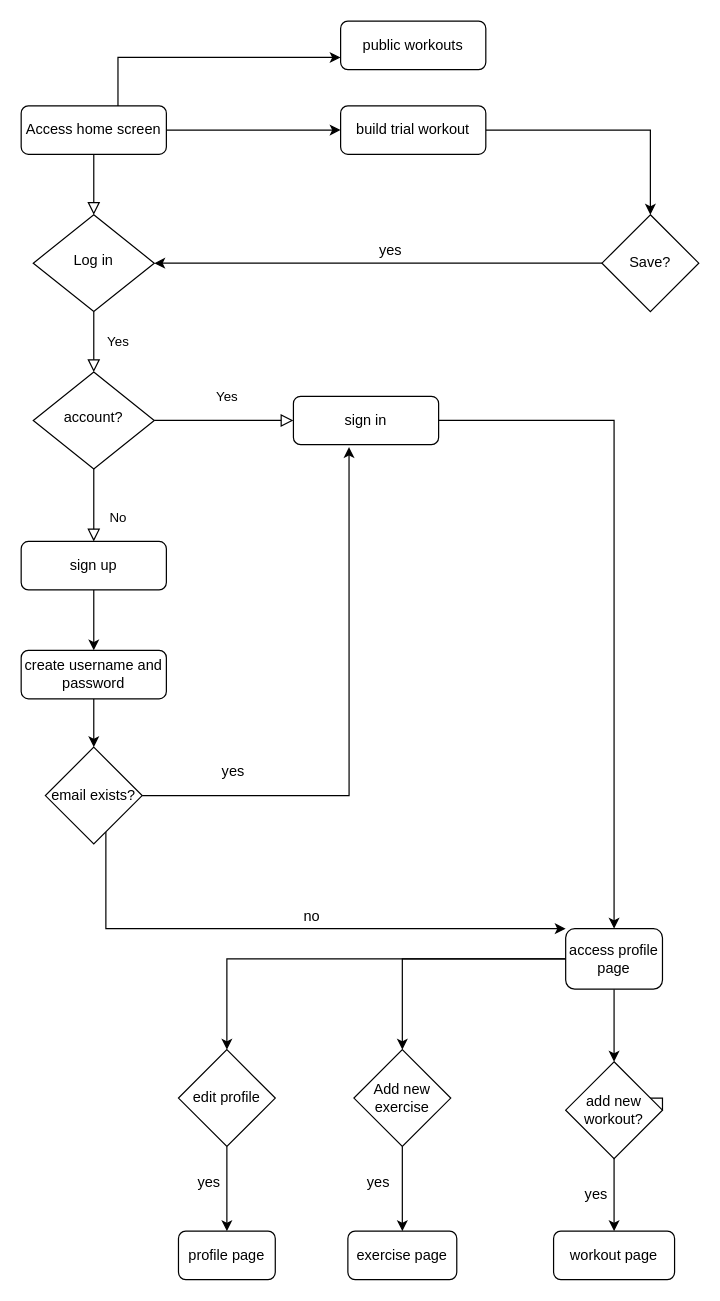
Before: page "main page" (1 of 6) of Untitled Diagram.drawio in ktderosier/ReactWorkoutApp, a draw.io diagram. Source tidied: cells renumbered, new cells numbered last; positions are measured from the earlier drawing's top-left corner, leaving out a move shared by most shapes. Both pictures are drawn from the tidied source at 121%, with x=0, y=0 at pixel (21, 21).
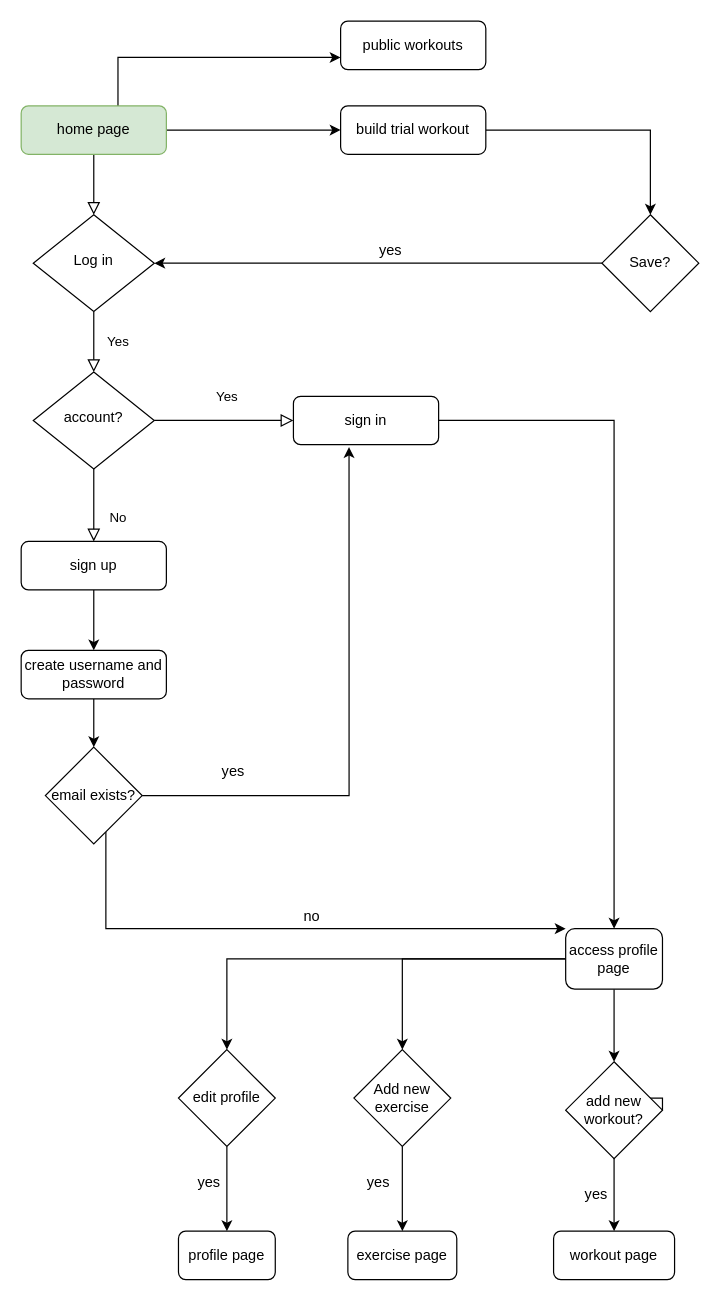
The same diagram, later.

Diff of the diagram source:
```diff
@@
-    <mxCell id="5" value="Access home screen" style="rounded=1;whiteSpace=wrap;html=1;fontSize=12;glass=0;strokeWidth=1;shadow=0;" parent="1" vertex="1">
+    <mxCell id="5" value="home page" style="rounded=1;whiteSpace=wrap;html=1;fontSize=12;glass=0;strokeWidth=1;shadow=0;fillColor=#d5e8d4;strokeColor=#82b366;" parent="1" vertex="1">
       <mxGeometry y="70" width="120" height="40" as="geometry" />
     </mxCell>
```
